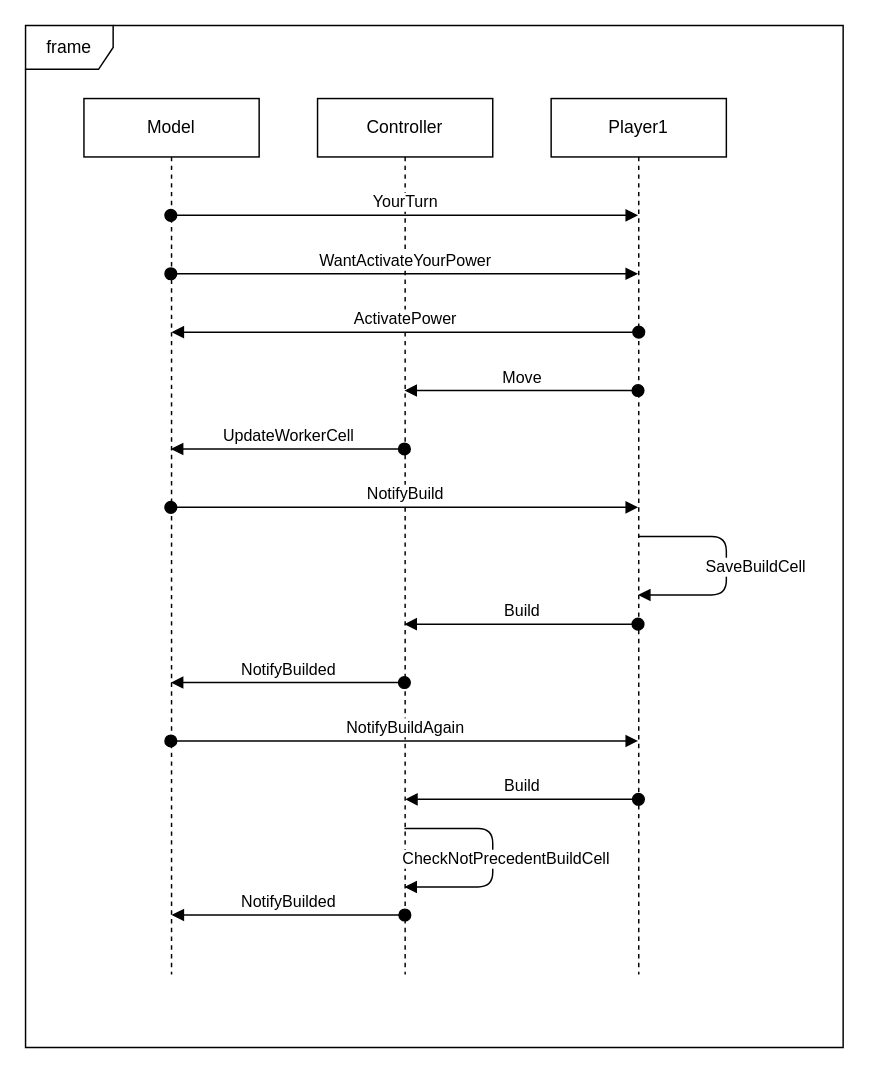
Before: page "Case_Demeter" (5 of 7) of UML/newUML.drawio in matteovisotto/ing-sw-2020-Siriani-Stucchi-Visotto, a draw.io diagram. Source tidied: cells renumbered, new cells numbered last; positions are measured from the earlier drawing's top-left corner, leaving out a move shared by most shapes. Both pictures are drawn from the tidied source at 146%, with x=0, y=0 at pixel (25, 25).
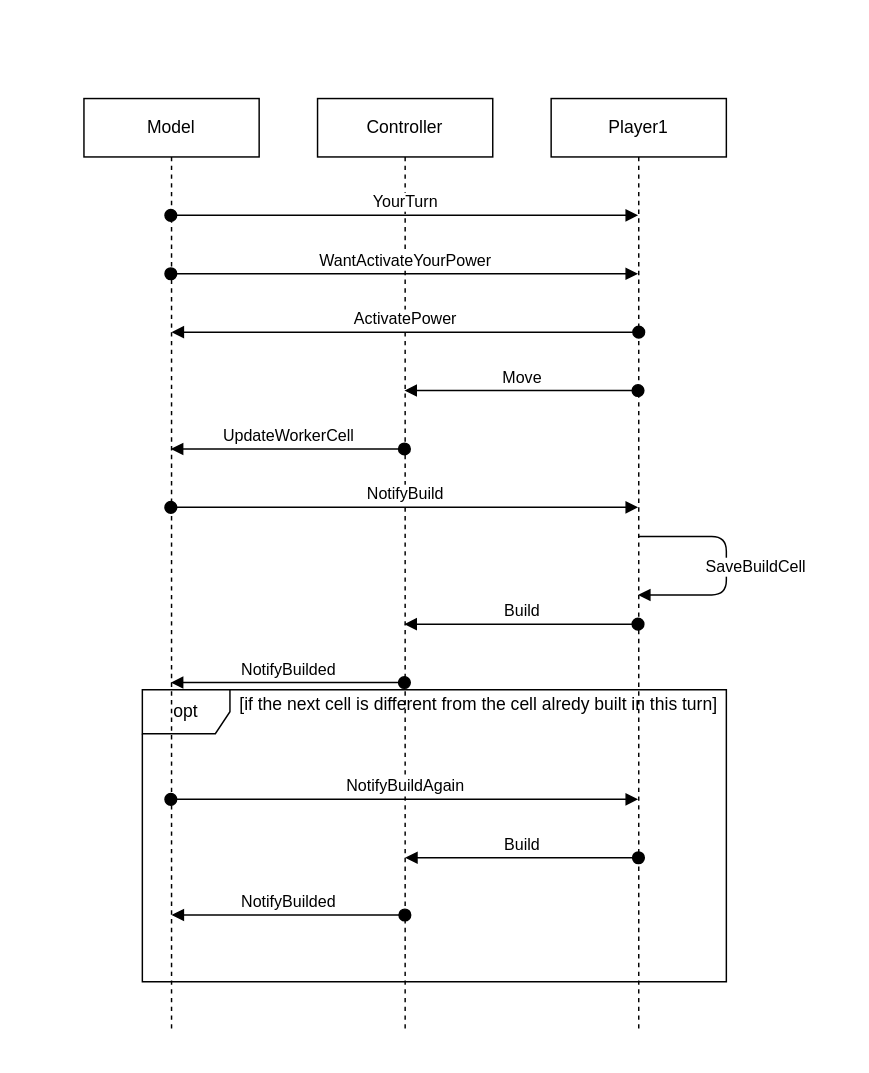
The same diagram, later.

What changed in the source:
```diff
@@
-    <mxCell id="2" value="frame" style="shape=umlFrame;whiteSpace=wrap;html=1;" parent="1" vertex="1">
-      <mxGeometry width="560" height="700" as="geometry" />
-    </mxCell>
+    <mxCell id="19" value="opt" style="shape=umlFrame;whiteSpace=wrap;html=1;" parent="1" vertex="1">
+      <mxGeometry x="80" y="455" width="400" height="200" as="geometry" />
+    </mxCell>
     <mxCell id="3" value="Model&lt;br&gt;" style="shape=umlLifeline;perimeter=lifelinePerimeter;whiteSpace=wrap;html=1;outlineConnect=0;" parent="1" vertex="1">
-      <mxGeometry x="40" y="50" width="120" height="600" as="geometry" />
+      <mxGeometry x="40" y="50" width="120" height="640" as="geometry" />
     </mxCell>
     <mxCell id="4" value="Player1" style="shape=umlLifeline;perimeter=lifelinePerimeter;whiteSpace=wrap;html=1;outlineConnect=0;" parent="1" vertex="1">
-      <mxGeometry x="360" y="50" width="120" height="600" as="geometry" />
+      <mxGeometry x="360" y="50" width="120" height="640" as="geometry" />
     </mxCell>
     <mxCell id="5" value="Controller" style="shape=umlLifeline;perimeter=lifelinePerimeter;whiteSpace=wrap;html=1;outlineConnect=0;" parent="1" vertex="1">
-      <mxGeometry x="200" y="50" width="120" height="600" as="geometry" />
+      <mxGeometry x="200" y="50" width="120" height="640" as="geometry" />
     </mxCell>
@@
     <mxCell id="14" value="NotifyBuildAgain" style="html=1;verticalAlign=bottom;startArrow=oval;startFill=1;endArrow=block;startSize=8;" parent="1" edge="1" source="3" target="4">
       <mxGeometry relative="1" as="geometry">
         <Array as="points">
-          <mxPoint x="340" y="490" />
+          <mxPoint x="340" y="530" />
         </Array>
       </mxGeometry>
     </mxCell>
     <mxCell id="15" value="Build" style="html=1;verticalAlign=bottom;startArrow=oval;startFill=1;endArrow=block;startSize=8;" parent="1" edge="1">
       <mxGeometry relative="1" as="geometry">
-        <mxPoint x="419.8" y="530" as="sourcePoint" />
-        <mxPoint x="260" y="530" as="targetPoint" />
+        <mxPoint x="419.8" y="570" as="sourcePoint" />
+        <mxPoint x="260" y="570" as="targetPoint" />
       </mxGeometry>
     </mxCell>
-    <mxCell id="16" value="CheckNotPrecedentBuildCell" style="html=1;verticalAlign=bottom;endArrow=block;" parent="1" edge="1" source="5" target="5">
-      <mxGeometry x="0.25" y="-14" relative="1" as="geometry">
-        <Array as="points">
-          <mxPoint x="320" y="550" />
-          <mxPoint x="320" y="590" />
-        </Array>
-        <mxPoint x="9" y="4" as="offset" />
-      </mxGeometry>
-    </mxCell>
@@
+    <mxCell id="20" value="[if the next cell is different from the cell alredy built in this turn]" style="text;html=1;align=center;verticalAlign=middle;" parent="1" vertex="1">
+      <mxGeometry x="140" y="455" width="340" height="20" as="geometry" />
+    </mxCell>
```
